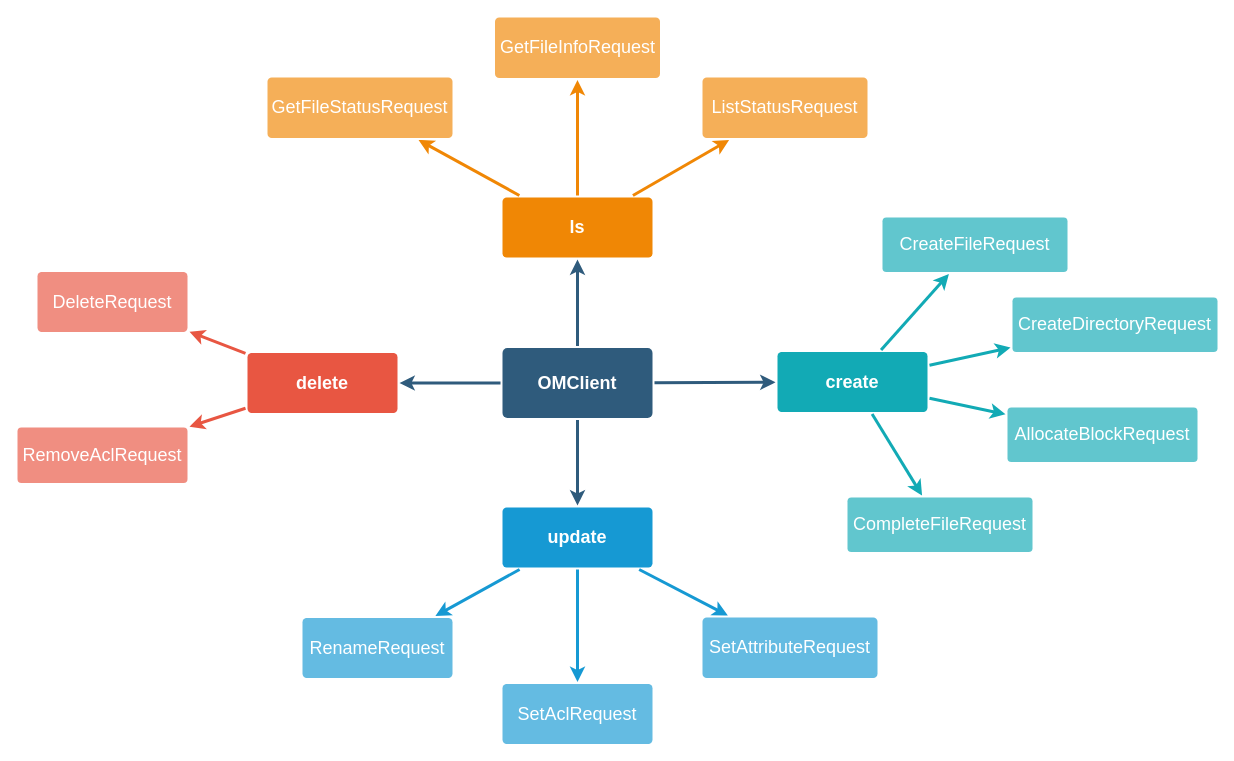
Earlier version of the draw.io diagram ozone/protobufDiagram.drawio (Mengqi777/drawioproject). Source tidied: cells renumbered, new cells numbered last; positions are measured from the earlier drawing's top-left corner, leaving out a move shared by most shapes. Both pictures are drawn from the tidied source at 100%, with x=0, y=0 at pixel (17, 17).
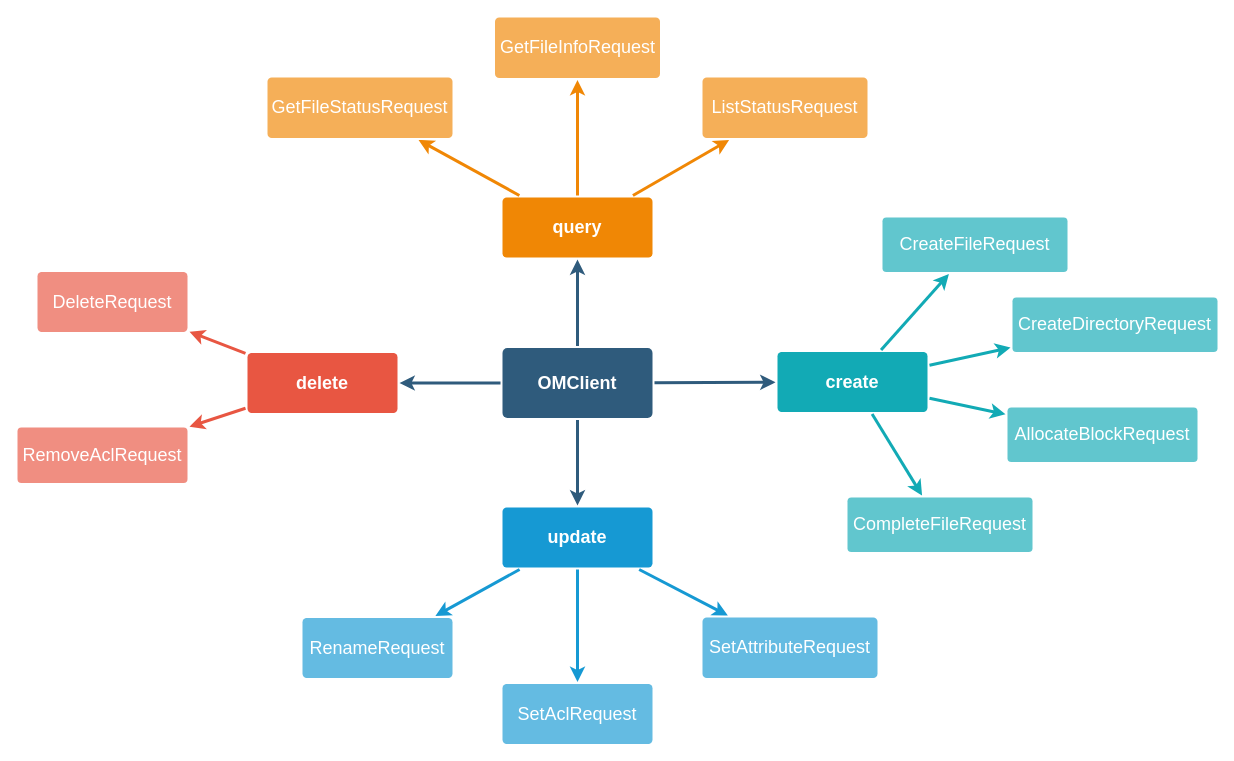
The same page after the edit.

What changed in the source:
```diff
@@
-    <mxCell id="19" value="ls" style="rounded=1;whiteSpace=wrap;html=1;shadow=0;labelBackgroundColor=none;strokeColor=none;strokeWidth=3;fillColor=#F08705;fontFamily=Helvetica;fontSize=18;fontColor=#FFFFFF;align=center;spacing=5;fontStyle=1;arcSize=7;perimeterSpacing=2;" parent="1" vertex="1">
+    <mxCell id="19" value="query" style="rounded=1;whiteSpace=wrap;html=1;shadow=0;labelBackgroundColor=none;strokeColor=none;strokeWidth=3;fillColor=#F08705;fontFamily=Helvetica;fontSize=18;fontColor=#FFFFFF;align=center;spacing=5;fontStyle=1;arcSize=7;perimeterSpacing=2;" parent="1" vertex="1">
       <mxGeometry x="485" y="180" width="150" height="60" as="geometry" />
     </mxCell>
```
